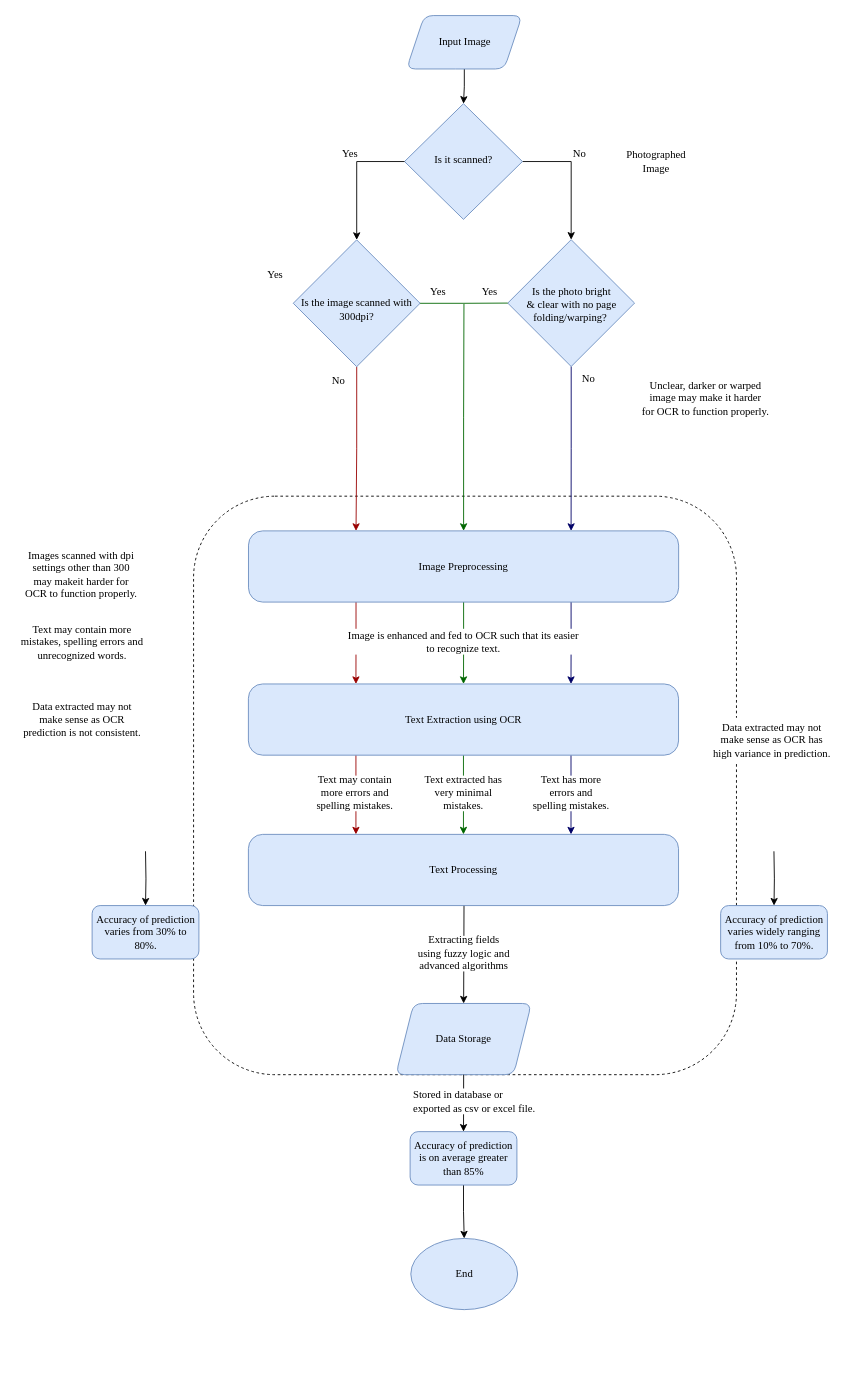
Earlier version of the draw.io diagram page "Page-3" (3 of 3) of workflow3.drawio (NiThIn-S/first). Source tidied: cells renumbered, new cells numbered last; positions are measured from the earlier drawing's top-left corner, leaving out a move shared by most shapes. Both pictures are drawn from the tidied source at 89%, with x=0, y=0 at pixel (15, 15).
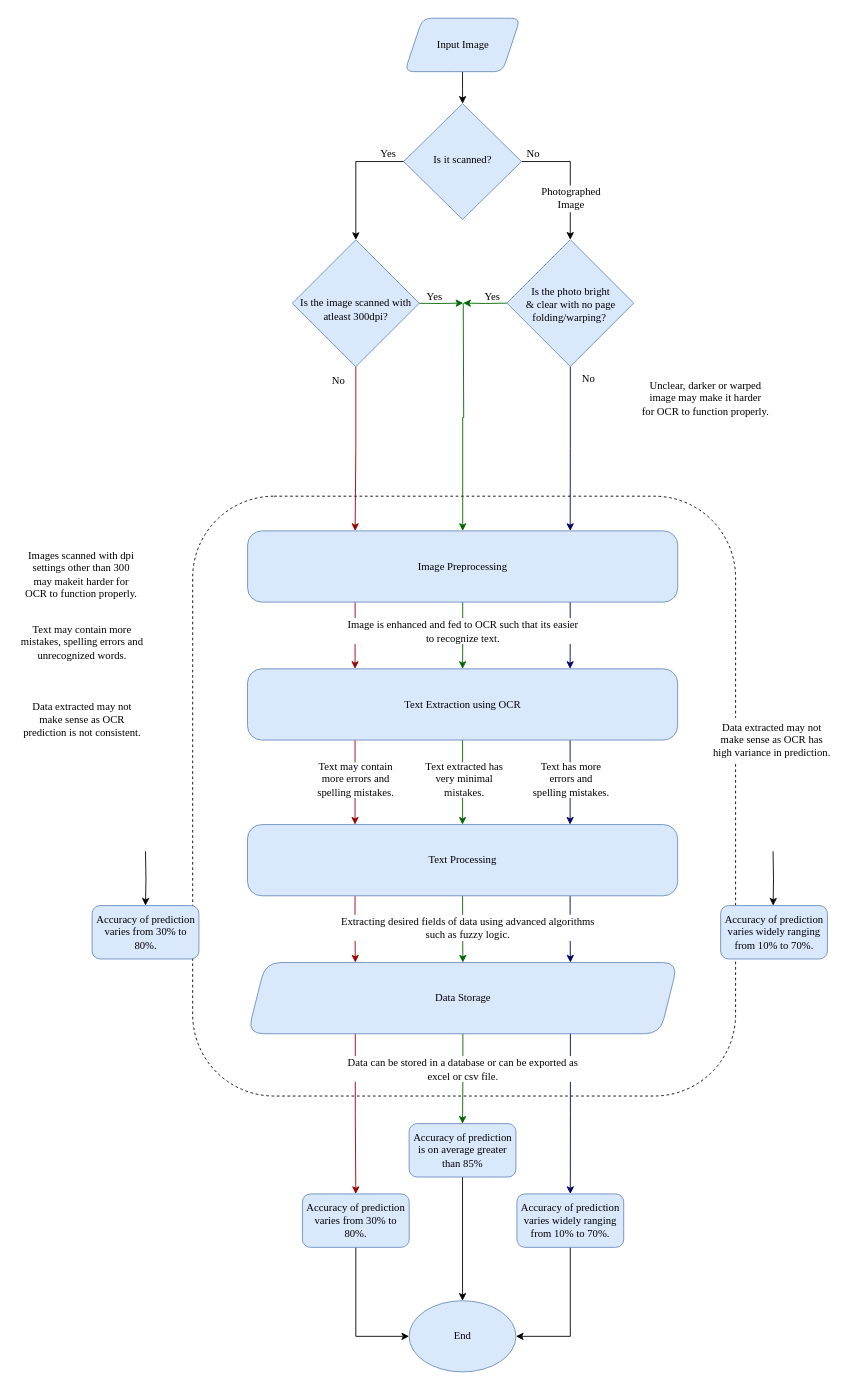
The same page after the edit.

The change refers to these unchanged cells:
```xml
<mxCell id="38" value="Accuracy of prediction varies widely ranging from 10% to 70%." style="whiteSpace=wrap;html=1;rounded=1;fontFamily=Times New Roman;strokeColor=#6c8ebf;fillColor=#dae8fc;spacingTop=-1;spacingLeft=1;" parent="1" vertex="1">
  <mxGeometry x="792.2" y="1000" width="120" height="60" as="geometry" />
</mxCell>
```

What changed in the source:
```diff
@@
     <mxCell id="2" style="rounded=1;whiteSpace=wrap;html=1;labelBackgroundColor=none;textOpacity=0;glass=0;sketch=0;shadow=0;fillColor=none;dashed=1;" parent="1" vertex="1">
-      <mxGeometry x="200" y="540" width="610" height="650" as="geometry" />
+      <mxGeometry x="199" y="540" width="610" height="674" as="geometry" />
     </mxCell>
@@
+    <mxCell id="52" style="edgeStyle=orthogonalEdgeStyle;rounded=0;jettySize=auto;html=1;fontFamily=Helvetica;strokeColor=#006600;endFill=0;endArrow=none;startFill=1;startArrow=classic;" parent="1" edge="1" target="4">
+      <mxGeometry relative="1" as="geometry">
+        <mxPoint x="503" y="323" as="sourcePoint" />
+      </mxGeometry>
+    </mxCell>
     <mxCell id="4" value="Is the photo bright&lt;div&gt;&amp;amp; clear with no page folding/warping?&amp;nbsp; &lt;br&gt;&lt;/div&gt;" style="rhombus;whiteSpace=wrap;shadow=0;fontFamily=Times New Roman;fontSize=12;align=center;strokeWidth=1;spacing=6;spacingTop=4;verticalAlign=middle;textDirection=ltr;html=1;horizontal=1;fillColor=#dae8fc;strokeColor=#6c8ebf;labelPosition=center;verticalLabelPosition=middle;spacingLeft=1;" parent="1" vertex="1">
-      <mxGeometry x="553" y="251.8" width="142.5" height="142.5" as="geometry" />
+      <mxGeometry x="552" y="251.8" width="142.5" height="142.5" as="geometry" />
     </mxCell>
@@
     <mxCell id="6" value="&lt;br&gt;&lt;br&gt;&lt;p class=&quot;MsoNormal&quot; style=&quot;text-align: center&quot; align=&quot;center&quot;&gt;&lt;span lang=&quot;EN-IN&quot;&gt;Is it scanned?&lt;/span&gt;&lt;/p&gt;&lt;br&gt;&lt;br&gt;" style="rhombus;whiteSpace=wrap;html=1;shadow=0;fontFamily=Times New Roman;fontSize=12;align=center;strokeWidth=1;spacing=6;spacingTop=-4;fillColor=#dae8fc;strokeColor=#6c8ebf;" parent="1" vertex="1">
-      <mxGeometry x="437" y="99" width="132.5" height="130" as="geometry" />
+      <mxGeometry x="436" y="99" width="132.5" height="130" as="geometry" />
     </mxCell>
@@
-    <mxCell id="8" style="edgeStyle=orthogonalEdgeStyle;rounded=0;jettySize=auto;html=1;entryX=0;entryY=0.5;entryDx=0;entryDy=0;startArrow=none;startFill=0;endArrow=none;endFill=0;fontColor=#000000;strokeColor=#006600;" parent="1" edge="1" source="10" target="4">
-      <mxGeometry relative="1" as="geometry" />
-    </mxCell>
@@
+    <mxCell id="53" style="edgeStyle=orthogonalEdgeStyle;rounded=0;jettySize=auto;html=1;fontFamily=Helvetica;strokeColor=#006600;endFill=0;endArrow=none;startFill=1;startArrow=classic;" parent="1" edge="1" target="10">
+      <mxGeometry relative="1" as="geometry">
+        <mxPoint x="503" y="323" as="sourcePoint" />
+      </mxGeometry>
+    </mxCell>
-    <mxCell id="10" value="&lt;div&gt;&lt;span&gt;&lt;br&gt;&lt;/span&gt;&lt;/div&gt;&lt;div&gt;&lt;span&gt;Is the image scanned&lt;/span&gt;&lt;span&gt; with 300dpi? &lt;/span&gt;&lt;/div&gt;" style="rhombus;whiteSpace=wrap;shadow=0;fontFamily=Times New Roman;fontSize=12;align=center;strokeWidth=1;spacing=6;spacingTop=-1;verticalAlign=middle;textDirection=ltr;html=1;horizontal=1;fillColor=#dae8fc;strokeColor=#6c8ebf;labelPosition=center;verticalLabelPosition=middle;" parent="1" vertex="1">
-      <mxGeometry x="312" y="252" width="142.5" height="142.5" as="geometry" />
+    <mxCell id="10" value="&lt;div&gt;&lt;span&gt;&lt;br&gt;&lt;/span&gt;&lt;/div&gt;&lt;div&gt;&lt;span&gt;Is the image scanned&lt;/span&gt;&lt;span&gt; with atleast 300dpi? &lt;/span&gt;&lt;/div&gt;" style="rhombus;whiteSpace=wrap;shadow=0;fontFamily=Times New Roman;fontSize=12;align=center;strokeWidth=1;spacing=6;spacingTop=-1;verticalAlign=middle;textDirection=ltr;html=1;horizontal=1;fillColor=#dae8fc;strokeColor=#6c8ebf;labelPosition=center;verticalLabelPosition=middle;" parent="1" vertex="1">
+      <mxGeometry x="311" y="252" width="142.5" height="142.5" as="geometry" />
     </mxCell>
-    <mxCell id="11" value="Photographed Image" style="text;html=1;strokeColor=none;fillColor=none;align=center;verticalAlign=middle;whiteSpace=wrap;rounded=0;rotation=0;fontFamily=Times New Roman;" parent="1" vertex="1">
-      <mxGeometry x="700" y="154" width="40" height="20" as="geometry" />
+    <mxCell id="11" value="Photographed Image" style="text;html=1;strokeColor=none;align=center;verticalAlign=middle;whiteSpace=wrap;rounded=0;rotation=0;fontFamily=Times New Roman;fillColor=#ffffff;spacingBottom=3;" parent="1" vertex="1">
+      <mxGeometry x="588.5" y="191" width="70.5" height="30" as="geometry" />
     </mxCell>
     <mxCell id="12" value="No" style="text;html=1;strokeColor=none;fillColor=none;align=center;verticalAlign=middle;whiteSpace=wrap;rounded=0;fontFamily=Times New Roman;" parent="1" vertex="1">
-      <mxGeometry x="614" y="145" width="40" height="20" as="geometry" />
+      <mxGeometry x="561.5" y="145" width="40" height="20" as="geometry" />
     </mxCell>
     <mxCell id="13" value="Yes" style="text;html=1;strokeColor=none;fillColor=none;align=center;verticalAlign=middle;whiteSpace=wrap;rounded=0;fontFamily=Times New Roman;" parent="1" vertex="1">
-      <mxGeometry x="356" y="145" width="40" height="20" as="geometry" />
+      <mxGeometry x="399.3" y="145" width="40" height="20" as="geometry" />
     </mxCell>
     <mxCell id="14" style="edgeStyle=orthogonalEdgeStyle;rounded=0;jettySize=auto;html=1;endArrow=none;endFill=0;fontColor=#000000;startArrow=classic;startFill=1;strokeColor=#006600;" parent="1" edge="1" source="18">
       <mxGeometry relative="1" as="geometry">
-        <mxPoint x="503.8" y="324" as="targetPoint" />
+        <mxPoint x="503" y="323" as="targetPoint" />
       </mxGeometry>
     </mxCell>
@@
     <mxCell id="18" value="&lt;div&gt;&lt;span&gt;Image Preprocessing&lt;/span&gt;&lt;/div&gt;" style="rounded=1;whiteSpace=wrap;html=1;align=center;fillColor=#dae8fc;strokeColor=#6c8ebf;fontFamily=Times New Roman;fontStyle=0;arcSize=20;" parent="1" vertex="1">
-      <mxGeometry x="261.7" y="579" width="483.3" height="80" as="geometry" />
+      <mxGeometry x="260.7" y="579" width="483.3" height="80" as="geometry" />
     </mxCell>
@@
     <mxCell id="20" value="&#10;Input Image&#10;&#10;" style="shape=parallelogram;perimeter=parallelogramPerimeter;whiteSpace=wrap;html=1;fixedSize=1;rounded=1;strokeColor=#6c8ebf;fillColor=#dae8fc;labelPosition=center;verticalLabelPosition=middle;align=center;verticalAlign=middle;strokeWidth=1;spacingLeft=2;spacingTop=13;fontFamily=Times New Roman;" parent="1" vertex="1">
-      <mxGeometry x="439.3" width="129.8" height="60" as="geometry" />
+      <mxGeometry x="437.3" y="3" width="129.8" height="60" as="geometry" />
     </mxCell>
-    <mxCell id="21" value="Yes" style="text;html=1;strokeColor=none;fillColor=none;align=center;verticalAlign=middle;whiteSpace=wrap;rounded=0;fontFamily=Times New Roman;" parent="1" vertex="1">
-      <mxGeometry x="272" y="281" width="40" height="20" as="geometry" />
-    </mxCell>
     <mxCell id="22" value="Yes" style="text;html=1;strokeColor=none;fillColor=none;align=center;verticalAlign=middle;whiteSpace=wrap;rounded=0;fontFamily=Times New Roman;" parent="1" vertex="1">
-      <mxGeometry x="454.5" y="301" width="40" height="20" as="geometry" />
+      <mxGeometry x="451" y="306" width="40" height="20" as="geometry" />
     </mxCell>
@@
-    <mxCell id="25" value="Data Storage" style="shape=parallelogram;perimeter=parallelogramPerimeter;whiteSpace=wrap;html=1;fixedSize=1;rounded=1;strokeColor=#6c8ebf;fillColor=#dae8fc;spacingTop=-1;spacingLeft=1;fontFamily=Times New Roman;" parent="1" vertex="1">
-      <mxGeometry x="427.3" y="1110" width="152.3" height="80" as="geometry" />
-    </mxCell>
-    <mxCell id="26" style="endArrow=classic;html=1;exitX=0.5;exitY=1;exitDx=0;exitDy=0;entryX=0.5;entryY=0;entryDx=0;entryDy=0;fontFamily=Times New Roman;" parent="1" edge="1" target="25">
-      <mxGeometry relative="1" as="geometry">
-        <mxPoint x="504" y="962.5" as="sourcePoint" />
-      </mxGeometry>
-    </mxCell>
     <mxCell id="27" value="End" style="ellipse;whiteSpace=wrap;html=1;rounded=1;strokeColor=#6c8ebf;fillColor=#dae8fc;spacingTop=-1;spacingLeft=1;fontFamily=Times New Roman;" parent="1" vertex="1">
-      <mxGeometry x="444.1" y="1374" width="120" height="80" as="geometry" />
+      <mxGeometry x="442.2" y="1444" width="120" height="80" as="geometry" />
     </mxCell>
-    <mxCell id="28" style="edgeStyle=orthogonalEdgeStyle;rounded=0;jettySize=auto;html=1;" parent="1" edge="1" target="38">
+    <mxCell id="28" style="edgeStyle=orthogonalEdgeStyle;rounded=0;orthogonalLoop=1;jettySize=auto;html=1;" parent="1" edge="1">
       <mxGeometry relative="1" as="geometry">
-        <mxPoint x="852.1" y="939" as="sourcePoint" />
+        <mxPoint x="851.1" y="939" as="sourcePoint" />
+        <mxPoint x="851.2" y="1000" as="targetPoint" />
       </mxGeometry>
     </mxCell>
@@
     <mxCell id="36" value="Accuracy of prediction is on average greater than 85%" style="whiteSpace=wrap;html=1;rounded=1;fontFamily=Times New Roman;strokeColor=#6c8ebf;fillColor=#dae8fc;spacingTop=-1;spacingLeft=1;" parent="1" vertex="1">
-      <mxGeometry x="443.3" y="1254" width="120" height="60" as="geometry" />
+      <mxGeometry x="442.2" y="1245" width="120" height="60" as="geometry" />
     </mxCell>
@@
-    <mxCell id="39" style="endArrow=classic;html=1;exitX=0.5;exitY=1;exitDx=0;exitDy=0;entryX=0.5;entryY=0;entryDx=0;entryDy=0;fontFamily=Times New Roman;" parent="1" edge="1" source="25" target="36">
-      <mxGeometry relative="1" as="geometry" />
-    </mxCell>
-    <mxCell id="40" value="&lt;div&gt;Stored in database or&lt;/div&gt;&lt;div&gt; exported as csv or excel file.&lt;/div&gt;" style="edgeLabel;html=1;align=left;verticalAlign=middle;fontSize=12;fontFamily=Times New Roman;" parent="39" vertex="1">
-      <mxGeometry relative="1" as="geometry">
-        <mxPoint x="-58.1" y="-2.8" as="offset" />
-      </mxGeometry>
-    </mxCell>
     <mxCell id="41" value="Yes" style="text;html=1;strokeColor=none;fillColor=none;align=center;verticalAlign=middle;whiteSpace=wrap;rounded=0;fontFamily=Times New Roman;" parent="1" vertex="1">
-      <mxGeometry x="513" y="301" width="40" height="20" as="geometry" />
+      <mxGeometry x="515.5" y="306" width="40" height="20" as="geometry" />
     </mxCell>
@@
     <mxCell id="45" value="&lt;div&gt;Text Extraction using OCR&lt;/div&gt;" style="rounded=1;whiteSpace=wrap;html=1;align=center;fillColor=#dae8fc;strokeColor=#6c8ebf;fontFamily=Times New Roman;fontStyle=0;arcSize=20;" parent="1" vertex="1">
-      <mxGeometry x="261.6" y="751" width="483.3" height="80" as="geometry" />
+      <mxGeometry x="260.6" y="734" width="483.3" height="80" as="geometry" />
     </mxCell>
-    <mxCell id="46" value="&lt;br&gt;&lt;div style=&quot;font-size: 12px&quot;&gt;Image is enhanced and fed to OCR such that its easier to recognize text.&lt;br style=&quot;font-size: 12px&quot;&gt;&lt;/div&gt;" style="text;html=1;strokeColor=none;align=center;verticalAlign=middle;whiteSpace=wrap;rounded=0;fillColor=#ffffff;spacingTop=-14;fontFamily=Times New Roman;spacing=2;" parent="1" vertex="1">
-      <mxGeometry x="368" y="689" width="271" height="29" as="geometry" />
+    <mxCell id="46" value="Image is enhanced and fed to OCR such that its easier to recognize text." style="text;html=1;strokeColor=none;align=center;verticalAlign=middle;whiteSpace=wrap;rounded=0;fillColor=#ffffff;spacingTop=0;fontFamily=Times New Roman;spacing=2;" parent="1" vertex="1">
+      <mxGeometry x="368" y="677" width="270" height="29" as="geometry" />
     </mxCell>
+    <mxCell id="54" style="edgeStyle=orthogonalEdgeStyle;rounded=0;jettySize=auto;html=1;fontFamily=Helvetica;strokeColor=#006600;" parent="1" edge="1" source="47" target="25">
+      <mxGeometry relative="1" as="geometry" />
+    </mxCell>
+    <mxCell id="55" style="edgeStyle=orthogonalEdgeStyle;rounded=0;jettySize=auto;html=1;exitX=0.75;exitY=1;exitDx=0;exitDy=0;entryX=0.75;entryY=0;entryDx=0;entryDy=0;fontFamily=Times New Roman;strokeColor=#000066;" parent="1" edge="1" source="47" target="25">
+      <mxGeometry relative="1" as="geometry" />
+    </mxCell>
+    <mxCell id="56" style="edgeStyle=orthogonalEdgeStyle;rounded=0;jettySize=auto;html=1;exitX=0.25;exitY=1;exitDx=0;exitDy=0;entryX=0.25;entryY=0;entryDx=0;entryDy=0;fontFamily=Helvetica;strokeColor=#990000;" parent="1" edge="1" source="47" target="25">
+      <mxGeometry relative="1" as="geometry" />
+    </mxCell>
     <mxCell id="47" value="Text Processing" style="rounded=1;whiteSpace=wrap;html=1;align=center;fillColor=#dae8fc;strokeColor=#6c8ebf;fontFamily=Times New Roman;fontStyle=0;arcSize=20;" parent="1" vertex="1">
-      <mxGeometry x="261.6" y="920" width="483.3" height="80" as="geometry" />
+      <mxGeometry x="260.6" y="909" width="483.3" height="80" as="geometry" />
     </mxCell>
     <mxCell id="48" value="&lt;div&gt;Text extracted has very minimal &lt;br&gt;&lt;/div&gt;&lt;div&gt;mistakes.&lt;/div&gt;" style="text;html=1;strokeColor=none;align=center;verticalAlign=middle;whiteSpace=wrap;rounded=0;fontSize=12;fontFamily=Times New Roman;fillColor=#FFFFFF;spacingTop=-2;" parent="1" vertex="1">
-      <mxGeometry x="456" y="854" width="94.5" height="40" as="geometry" />
+      <mxGeometry x="457" y="839" width="94.5" height="40" as="geometry" />
     </mxCell>
     <mxCell id="49" value="&lt;div&gt;Text may contain &lt;br&gt;&lt;/div&gt;&lt;div&gt;more errors and&lt;/div&gt;&lt;div&gt; spelling mistakes.&lt;br&gt;&lt;/div&gt;" style="text;html=1;align=center;verticalAlign=middle;whiteSpace=wrap;rounded=0;fontSize=12;fontFamily=Times New Roman;fillColor=#ffffff;spacingTop=-2;" parent="1" vertex="1">
-      <mxGeometry x="332" y="854" width="98.5" height="40" as="geometry" />
+      <mxGeometry x="333" y="839" width="98.5" height="40" as="geometry" />
     </mxCell>
     <mxCell id="50" value="&lt;div&gt;Text has more errors and&lt;/div&gt;&lt;div&gt; spelling mistakes.&lt;br&gt;&lt;/div&gt;" style="text;html=1;strokeColor=none;align=center;verticalAlign=middle;whiteSpace=wrap;rounded=0;fontSize=12;fontFamily=Times New Roman;fillColor=#FFFFFF;spacingTop=-2;" parent="1" vertex="1">
-      <mxGeometry x="577" y="854" width="94.5" height="40" as="geometry" />
+      <mxGeometry x="577" y="839" width="94.5" height="40" as="geometry" />
     </mxCell>
-    <mxCell id="51" value="&lt;br&gt;&lt;div&gt;Extracting fields &lt;br&gt;&lt;/div&gt;&lt;div&gt;using fuzzy logic and &lt;br&gt;&lt;/div&gt;advanced algorithms&lt;br&gt;" style="text;html=1;align=center;verticalAlign=middle;whiteSpace=wrap;rounded=0;fontSize=12;fontFamily=Times New Roman;fillColor=#ffffff;spacingTop=-16;" parent="1" vertex="1">
-      <mxGeometry x="449.5" y="1034" width="107.5" height="40" as="geometry" />
-    </mxCell>
+    <mxCell id="57" style="edgeStyle=orthogonalEdgeStyle;rounded=0;jettySize=auto;html=1;exitX=0.25;exitY=1;exitDx=0;exitDy=0;fontFamily=Helvetica;strokeColor=#990000;" parent="1" edge="1" source="25" target="63">
+      <mxGeometry relative="1" as="geometry" />
+    </mxCell>
+    <mxCell id="39" style="edgeStyle=orthogonalEdgeStyle;rounded=0;jettySize=auto;html=1;entryX=0.5;entryY=0;entryDx=0;entryDy=0;fontFamily=Helvetica;strokeColor=#006600;" parent="1" edge="1" source="25" target="36">
+      <mxGeometry relative="1" as="geometry" />
+    </mxCell>
+    <mxCell id="58" style="edgeStyle=orthogonalEdgeStyle;rounded=0;jettySize=auto;html=1;exitX=0.75;exitY=1;exitDx=0;exitDy=0;fontFamily=Times New Roman;strokeColor=#000066;" parent="1" edge="1" source="25" target="61">
+      <mxGeometry relative="1" as="geometry" />
+    </mxCell>
+    <mxCell id="25" value="Data Storage" style="shape=parallelogram;perimeter=parallelogramPerimeter;whiteSpace=wrap;html=1;fixedSize=1;rounded=1;strokeColor=#6c8ebf;fillColor=#dae8fc;spacingTop=-1;spacingLeft=1;fontFamily=Times New Roman;size=20;arcSize=35;" parent="1" vertex="1">
+      <mxGeometry x="260.9" y="1064" width="483.3" height="80" as="geometry" />
+    </mxCell>
+    <mxCell id="59" value="&lt;span style=&quot;&quot;&gt;Extracting desired fields of data using advanced algorithms such as fuzzy logic.&lt;/span&gt;" style="text;html=1;strokeColor=none;align=center;verticalAlign=middle;whiteSpace=wrap;rounded=0;fillColor=#ffffff;spacingTop=0;fontFamily=Times New Roman;spacing=2;labelBorderColor=none;labelBackgroundColor=#ffffff;" parent="1" vertex="1">
+      <mxGeometry x="364.9" y="1010.5" width="287.1" height="29" as="geometry" />
+    </mxCell>
+    <mxCell id="60" style="edgeStyle=orthogonalEdgeStyle;rounded=0;jettySize=auto;html=1;exitX=0.5;exitY=1;exitDx=0;exitDy=0;entryX=1;entryY=0.5;entryDx=0;entryDy=0;fontFamily=Helvetica;strokeColor=#000000;" parent="1" edge="1" source="61" target="27">
+      <mxGeometry relative="1" as="geometry" />
+    </mxCell>
+    <mxCell id="61" value="Accuracy of prediction varies widely ranging from 10% to 70%." style="whiteSpace=wrap;html=1;rounded=1;fontFamily=Times New Roman;strokeColor=#6c8ebf;fillColor=#dae8fc;spacingTop=-1;spacingLeft=1;" parent="1" vertex="1">
+      <mxGeometry x="563.3" y="1324" width="120" height="60" as="geometry" />
+    </mxCell>
+    <mxCell id="62" style="edgeStyle=orthogonalEdgeStyle;rounded=0;jettySize=auto;html=1;exitX=0.5;exitY=1;exitDx=0;exitDy=0;entryX=0;entryY=0.5;entryDx=0;entryDy=0;fontFamily=Helvetica;strokeColor=#000000;" parent="1" edge="1" source="63" target="27">
+      <mxGeometry relative="1" as="geometry" />
+    </mxCell>
+    <mxCell id="63" value="&lt;div&gt;Accuracy of prediction &lt;br&gt;&lt;/div&gt;&lt;div&gt;varies from 30% to 80%.&lt;/div&gt;" style="whiteSpace=wrap;html=1;rounded=1;fontFamily=Times New Roman;strokeColor=#6c8ebf;fillColor=#dae8fc;spacingTop=-1;spacingLeft=1;" parent="1" vertex="1">
+      <mxGeometry x="322.3" y="1324" width="120" height="60" as="geometry" />
+    </mxCell>
+    <mxCell id="64" value="&lt;div&gt;Data can be stored in a database or can be exported as excel or csv file.&lt;/div&gt;" style="text;html=1;strokeColor=none;align=center;verticalAlign=middle;whiteSpace=wrap;rounded=0;fillColor=#ffffff;spacingTop=0;fontFamily=Times New Roman;spacing=2;" parent="1" vertex="1">
+      <mxGeometry x="365.6" y="1169" width="274" height="29" as="geometry" />
+    </mxCell>
```
